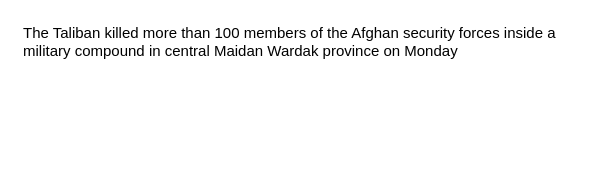
crawlerWPS/drawing keeps this draw.io diagram as AMR_case.drawio. Above is the earlier version. Source tidied: cells renumbered, new cells numbered last; positions are measured from the earlier drawing's top-left corner, leaving out a move shared by most shapes. Both pictures are drawn from the tidied source at 100%, with x=0, y=0 at pixel (21, 17).
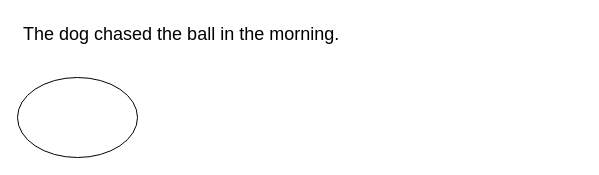
After the change.

The edit, as a diff of the source:
```diff
@@
 <mxGraphModel>
   <root>
     <mxCell id="0" />
     <mxCell id="1" parent="0" />
-    <mxCell id="2" value="&lt;font style=&quot;font-size: 15px;&quot;&gt;The Taliban killed more than 100 members of the Afghan security forces inside a military compound in central Maidan Wardak province on Monday&lt;/font&gt;" style="text;whiteSpace=wrap;html=1;" parent="1" vertex="1">
+    <mxCell id="2" value="&lt;font style=&quot;font-size: 18px;&quot;&gt;The dog chased the ball in the morning.&lt;/font&gt;" style="text;whiteSpace=wrap;html=1;" parent="1" vertex="1">
       <mxGeometry width="560" height="40" as="geometry" />
     </mxCell>
+    <mxCell id="3" style="ellipse;whiteSpace=wrap;html=1;" parent="1" vertex="1">
+      <mxGeometry x="-4" y="60" width="120" height="80" as="geometry" />
+    </mxCell>
   </root>
 </mxGraphModel>
```
